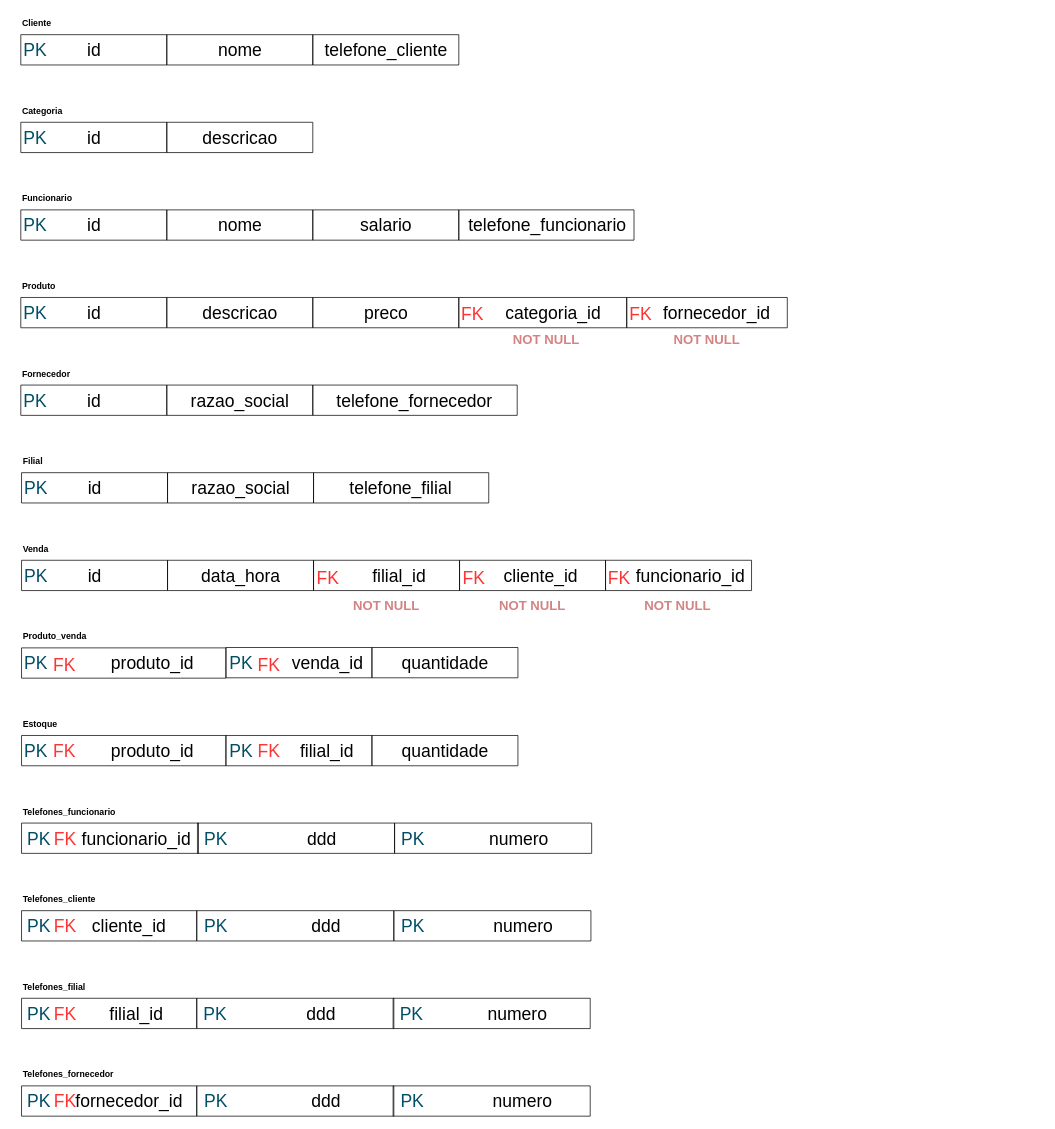
This is LEOBDATV5-2.drawio from Konitch/Diagram, a draw.io file, before an edit. Source tidied: cells renumbered, new cells numbered last; positions are measured from the earlier drawing's top-left corner, leaving out a move shared by most shapes. Both pictures are drawn from the tidied source at 73%, with x=0, y=0 at pixel (12, 12).
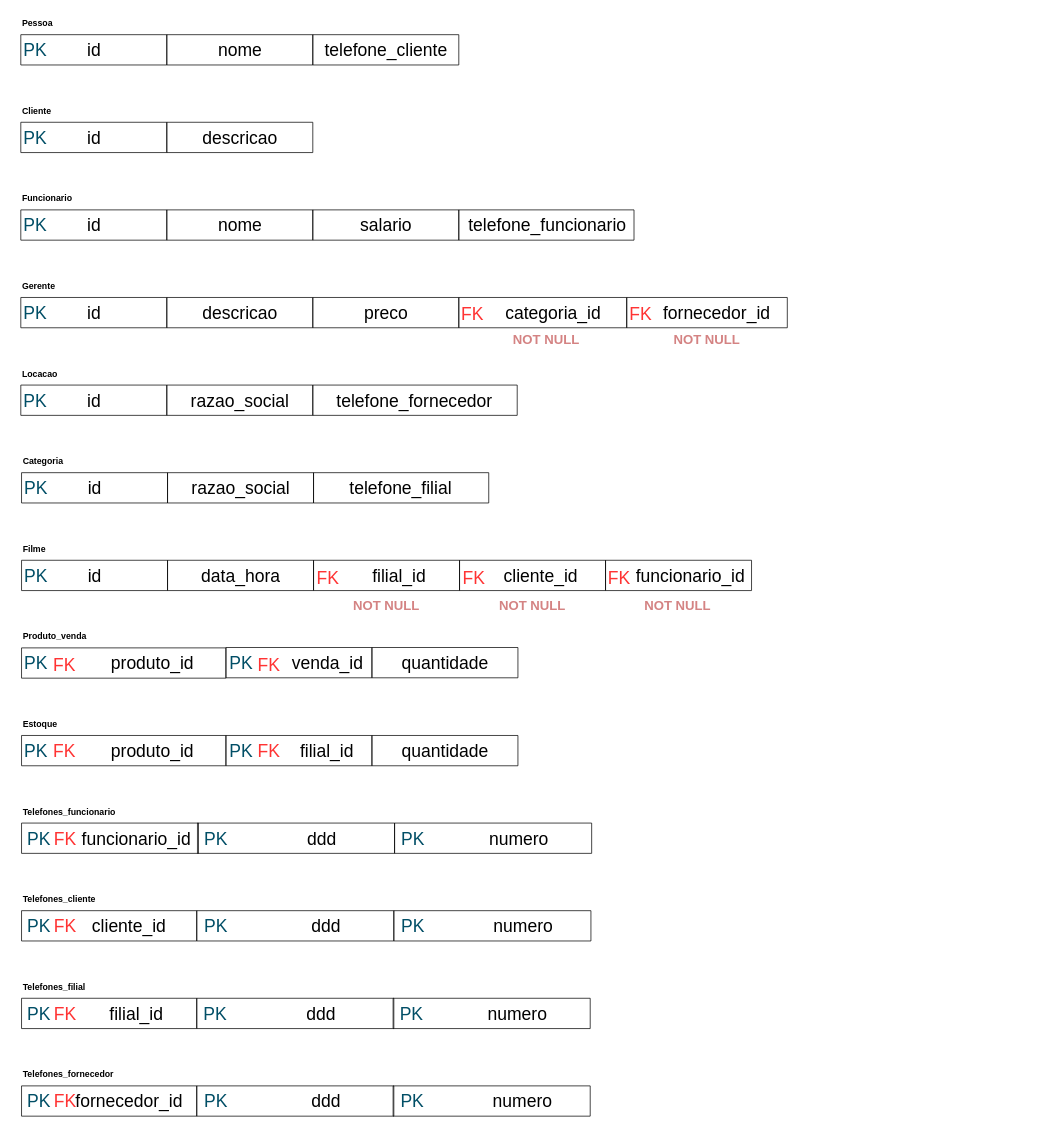
The same diagram, later.

Unchanged cells that the change refers to:
```xml
<mxCell id="2" style="group;" parent="1" vertex="1">
  <mxGeometry x="11" y="120" width="1000" height="103" as="geometry" />
</mxCell>
<mxCell id="28" style="group;" parent="1" vertex="1">
  <mxGeometry x="11" y="360" width="1050" height="73" as="geometry" />
</mxCell>
<mxCell id="50" style="group;" parent="49" vertex="1">
  <mxGeometry width="1000" height="73" as="geometry" />
</mxCell>
<mxCell id="65" style="group;" parent="64" vertex="1">
  <mxGeometry width="1000" height="73" as="geometry" />
</mxCell>
<mxCell id="146" style="group;" parent="1" vertex="1">
  <mxGeometry x="12" y="600" width="1000" height="73" as="geometry" />
</mxCell>
<mxCell id="159" style="group;" parent="1" vertex="1">
  <mxGeometry x="12" y="720" width="1000" height="73" as="geometry" />
</mxCell>
```

Change to the diagram source:
```diff
@@
-    <mxCell id="11" value="&lt;b&gt;Categoria&lt;/b&gt;" style="text;html=1;align=left;verticalAlign=middle;whiteSpace=wrap;rounded=0;" parent="2" vertex="1">
+    <mxCell id="11" value="&lt;b&gt;Cliente&lt;/b&gt;" style="text;html=1;align=left;verticalAlign=middle;whiteSpace=wrap;rounded=0;" parent="2" vertex="1">
       <mxGeometry width="110" height="30" as="geometry" />
     </mxCell>
@@
-    <mxCell id="48" value="&lt;b&gt;Produto&lt;/b&gt;" style="text;html=1;align=left;verticalAlign=middle;whiteSpace=wrap;rounded=0;" parent="28" vertex="1">
+    <mxCell id="48" value="&lt;b&gt;Gerente&lt;/b&gt;" style="text;html=1;align=left;verticalAlign=middle;whiteSpace=wrap;rounded=0;" parent="28" vertex="1">
       <mxGeometry width="110" height="30" as="geometry" />
     </mxCell>
@@
-    <mxCell id="51" value="&lt;b&gt;Cliente&lt;/b&gt;" style="text;html=1;align=left;verticalAlign=middle;whiteSpace=wrap;rounded=0;" parent="50" vertex="1">
+    <mxCell id="51" value="&lt;b&gt;Pessoa&lt;/b&gt;" style="text;html=1;align=left;verticalAlign=middle;whiteSpace=wrap;rounded=0;" parent="50" vertex="1">
       <mxGeometry width="110" height="30" as="geometry" />
     </mxCell>
@@
-    <mxCell id="77" value="&lt;b&gt;Fornecedor&lt;/b&gt;" style="text;html=1;align=left;verticalAlign=middle;whiteSpace=wrap;rounded=0;" parent="65" vertex="1">
+    <mxCell id="77" value="&lt;b&gt;Locacao&lt;/b&gt;" style="text;html=1;align=left;verticalAlign=middle;whiteSpace=wrap;rounded=0;" parent="65" vertex="1">
       <mxGeometry width="110" height="30" as="geometry" />
     </mxCell>
@@
-    <mxCell id="158" value="&lt;b&gt;Filial&lt;/b&gt;" style="text;html=1;align=left;verticalAlign=middle;whiteSpace=wrap;rounded=0;" parent="146" vertex="1">
+    <mxCell id="158" value="&lt;b&gt;Categoria&lt;/b&gt;" style="text;html=1;align=left;verticalAlign=middle;whiteSpace=wrap;rounded=0;" parent="146" vertex="1">
       <mxGeometry width="110" height="30" as="geometry" />
     </mxCell>
@@
-    <mxCell id="177" value="&lt;b&gt;Venda&lt;/b&gt;" style="text;html=1;align=left;verticalAlign=middle;whiteSpace=wrap;rounded=0;" parent="159" vertex="1">
+    <mxCell id="177" value="&lt;b&gt;Filme&lt;/b&gt;" style="text;html=1;align=left;verticalAlign=middle;whiteSpace=wrap;rounded=0;" parent="159" vertex="1">
       <mxGeometry width="110" height="30" as="geometry" />
     </mxCell>
```
